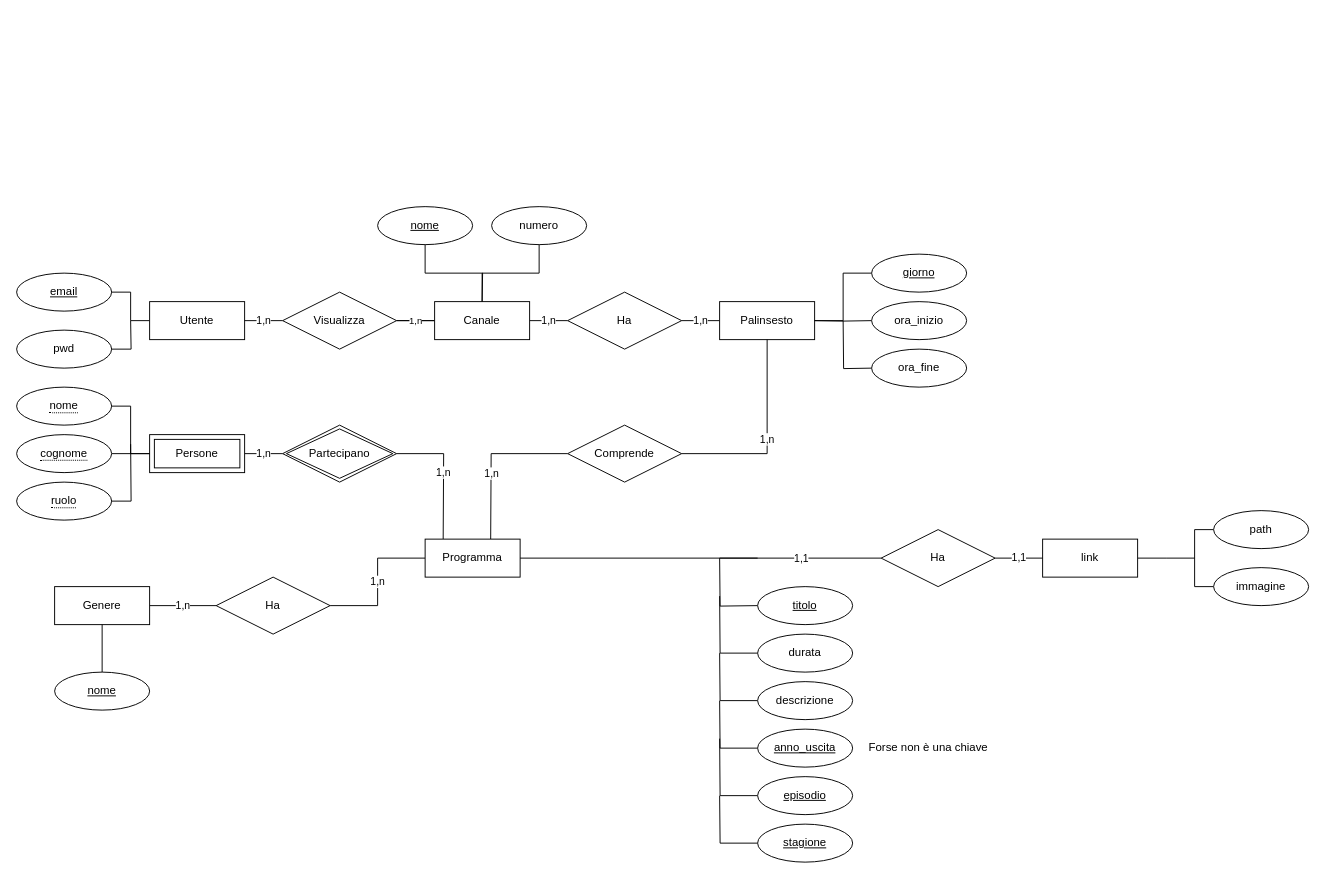
Above: page "Secondo_Ristr" (4 of 4) of Diagramma/Er_GuidaTv.drawio in Caprielos/Lbd (draw.io), before the change. Source tidied: cells renumbered, new cells numbered last; positions are measured from the earlier drawing's top-left corner, leaving out a move shared by most shapes. Both pictures are drawn from the tidied source at 95%, with x=0, y=0 at pixel (16, 206).
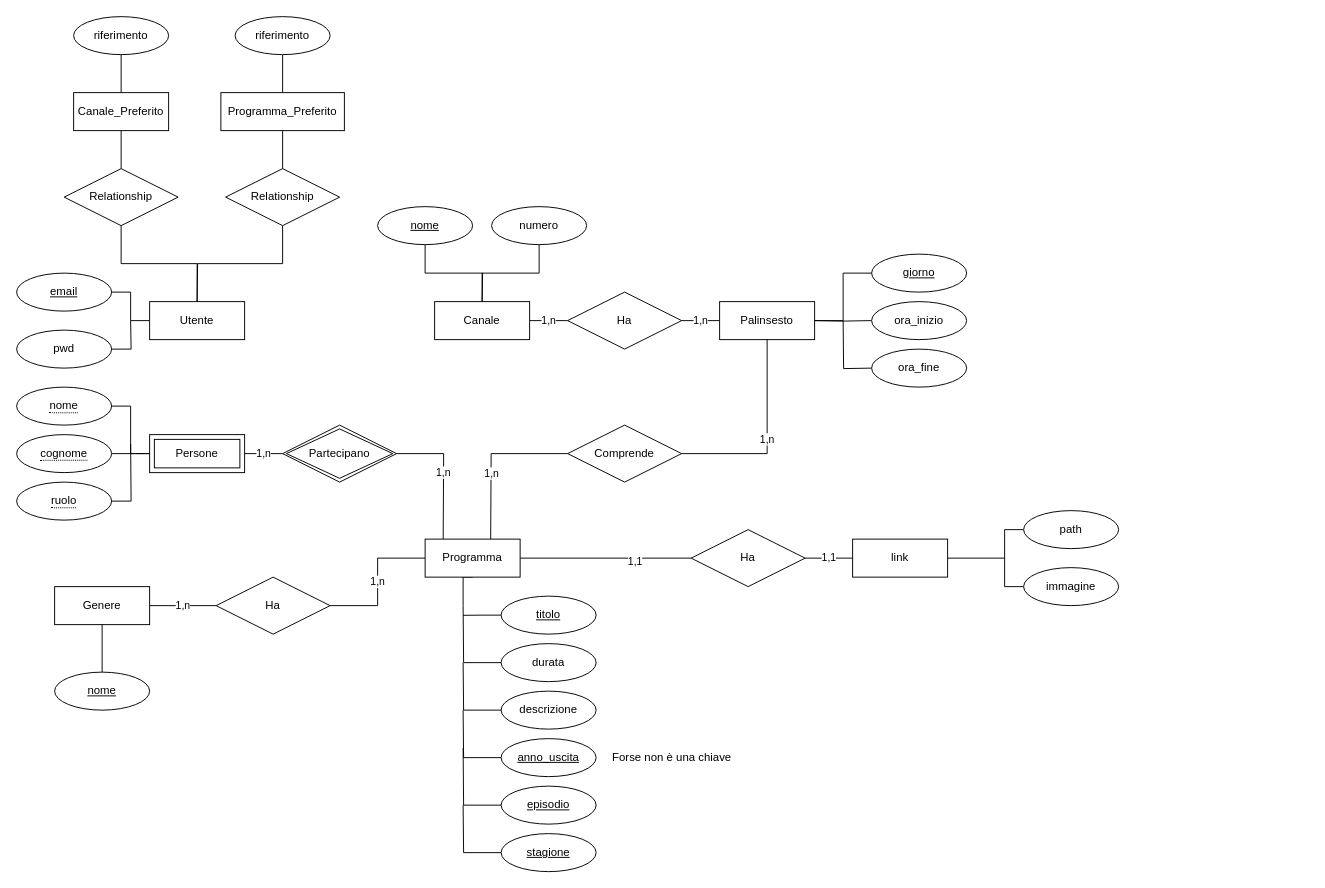
Above is the later version.

Unchanged cells that the change refers to:
```xml
<mxCell id="3" value="Utente" style="whiteSpace=wrap;html=1;align=center;" parent="1" vertex="1">
  <mxGeometry x="140" y="100" width="100" height="40" as="geometry" />
</mxCell>
<mxCell id="9" value="Canale" style="whiteSpace=wrap;html=1;align=center;" parent="1" vertex="1">
  <mxGeometry x="440" y="100" width="100" height="40" as="geometry" />
</mxCell>
<mxCell id="51" value="Programma" style="whiteSpace=wrap;html=1;align=center;" parent="1" vertex="1">
  <mxGeometry x="430" y="350" width="100" height="40" as="geometry" />
</mxCell>
```

Diff of the diagram source:
```diff
@@
-    <mxCell id="4" value="1,n" style="rounded=0;jettySize=auto;html=1;entryX=1;entryY=0.5;entryDx=0;entryDy=0;endArrow=none;endFill=0;" parent="1" edge="1" source="7" target="3">
-      <mxGeometry relative="1" as="geometry" />
-    </mxCell>
-    <mxCell id="5" style="edgeStyle=orthogonalEdgeStyle;rounded=0;jettySize=auto;html=1;entryX=0;entryY=0.5;entryDx=0;entryDy=0;endArrow=none;endFill=0;" parent="1" edge="1" source="7" target="9">
-      <mxGeometry relative="1" as="geometry" />
-    </mxCell>
-    <mxCell id="6" value="1,n" style="edgeStyle=orthogonalEdgeStyle;rounded=0;jettySize=auto;html=1;fontSize=10;endArrow=none;endFill=0;" parent="1" edge="1" source="7" target="9">
-      <mxGeometry relative="1" as="geometry" />
-    </mxCell>
-    <mxCell id="7" value="Visualizza" style="shape=rhombus;perimeter=rhombusPerimeter;whiteSpace=wrap;html=1;align=center;" parent="1" vertex="1">
-      <mxGeometry x="280" y="90" width="120" height="60" as="geometry" />
-    </mxCell>
@@
-    <mxCell id="25" style="edgeStyle=orthogonalEdgeStyle;rounded=0;orthogonalLoop=1;jettySize=auto;html=1;exitX=0;exitY=0.5;exitDx=0;exitDy=0;endArrow=none;endFill=0;" parent="1" edge="1">
-      <mxGeometry relative="1" as="geometry">
-        <mxPoint x="780" y="420" as="sourcePoint" />
-        <mxPoint x="740" y="370" as="targetPoint" />
-      </mxGeometry>
-    </mxCell>
     <mxCell id="26" style="edgeStyle=orthogonalEdgeStyle;rounded=0;jettySize=auto;html=1;endArrow=none;endFill=0;" parent="1" edge="1" source="27">
       <mxGeometry relative="1" as="geometry">
-        <mxPoint x="740" y="410" as="targetPoint" />
+        <mxPoint x="470" y="420" as="targetPoint" />
       </mxGeometry>
     </mxCell>
     <mxCell id="27" value="durata" style="ellipse;whiteSpace=wrap;html=1;align=center;" parent="1" vertex="1">
-      <mxGeometry x="780" y="450" width="100" height="40" as="geometry" />
+      <mxGeometry x="510" y="460" width="100" height="40" as="geometry" />
     </mxCell>
     <mxCell id="28" style="edgeStyle=orthogonalEdgeStyle;rounded=0;jettySize=auto;html=1;exitX=0;exitY=0.5;exitDx=0;exitDy=0;endArrow=none;endFill=0;" parent="1" edge="1" source="29">
       <mxGeometry relative="1" as="geometry">
-        <mxPoint x="740" y="470" as="targetPoint" />
+        <mxPoint x="470" y="480" as="targetPoint" />
       </mxGeometry>
     </mxCell>
     <mxCell id="29" value="descrizione" style="ellipse;whiteSpace=wrap;html=1;align=center;" parent="1" vertex="1">
-      <mxGeometry x="780" y="500" width="100" height="40" as="geometry" />
+      <mxGeometry x="510" y="510" width="100" height="40" as="geometry" />
     </mxCell>
-    <mxCell id="30" style="edgeStyle=orthogonalEdgeStyle;rounded=0;orthogonalLoop=1;jettySize=auto;html=1;entryX=1;entryY=0.5;entryDx=0;entryDy=0;endArrow=none;endFill=0;" parent="1" edge="1">
-      <mxGeometry relative="1" as="geometry">
-        <mxPoint x="780" y="370" as="sourcePoint" />
-        <mxPoint x="524" y="370" as="targetPoint" />
-      </mxGeometry>
-    </mxCell>
@@
+    <mxCell id="68" style="edgeStyle=orthogonalEdgeStyle;rounded=0;jettySize=auto;html=1;exitX=0.5;exitY=1;exitDx=0;exitDy=0;endArrow=none;endFill=0;" parent="1" edge="1" source="51">
+      <mxGeometry relative="1" as="geometry">
+        <mxPoint x="470" y="420" as="targetPoint" />
+      </mxGeometry>
+    </mxCell>
+    <mxCell id="69" style="edgeStyle=orthogonalEdgeStyle;rounded=0;jettySize=auto;html=1;exitX=1;exitY=0.5;exitDx=0;exitDy=0;entryX=0;entryY=0.5;entryDx=0;entryDy=0;endArrow=none;endFill=0;" parent="1" edge="1" source="51" target="67">
+      <mxGeometry relative="1" as="geometry" />
+    </mxCell>
+    <mxCell id="66" value="1,1" style="edgeLabel;html=1;align=center;verticalAlign=middle;" parent="69" vertex="1">
+      <mxGeometry x="0.33" y="-3" relative="1" as="geometry" />
+    </mxCell>
@@
     <mxCell id="52" style="edgeStyle=orthogonalEdgeStyle;rounded=0;jettySize=auto;html=1;exitX=0;exitY=0.5;exitDx=0;exitDy=0;startArrow=none;startFill=0;endArrow=none;endFill=0;" parent="1" edge="1" source="53">
       <mxGeometry relative="1" as="geometry">
-        <mxPoint x="740" y="520" as="targetPoint" />
+        <mxPoint x="470" y="530" as="targetPoint" />
       </mxGeometry>
     </mxCell>
     <mxCell id="53" value="anno_uscita" style="ellipse;whiteSpace=wrap;html=1;align=center;fontStyle=4;" parent="1" vertex="1">
-      <mxGeometry x="780" y="550" width="100" height="40" as="geometry" />
+      <mxGeometry x="510" y="560" width="100" height="40" as="geometry" />
     </mxCell>
+    <mxCell id="70" style="edgeStyle=orthogonalEdgeStyle;rounded=0;jettySize=auto;html=1;exitX=0;exitY=0.5;exitDx=0;exitDy=0;endArrow=none;endFill=0;" parent="1" edge="1" source="54">
+      <mxGeometry relative="1" as="geometry">
+        <mxPoint x="470" y="430.2" as="targetPoint" />
+      </mxGeometry>
+    </mxCell>
     <mxCell id="54" value="titolo" style="ellipse;whiteSpace=wrap;html=1;align=center;fontStyle=4;" parent="1" vertex="1">
-      <mxGeometry x="780" y="400" width="100" height="40" as="geometry" />
+      <mxGeometry x="510" y="410" width="100" height="40" as="geometry" />
     </mxCell>
     <mxCell id="55" style="edgeStyle=orthogonalEdgeStyle;rounded=0;jettySize=auto;html=1;exitX=0;exitY=0.5;exitDx=0;exitDy=0;startArrow=none;startFill=0;endArrow=none;endFill=0;" parent="1" edge="1" source="56">
       <mxGeometry relative="1" as="geometry">
-        <mxPoint x="740" y="620" as="targetPoint" />
+        <mxPoint x="470" y="630" as="targetPoint" />
       </mxGeometry>
     </mxCell>
     <mxCell id="56" value="stagione" style="ellipse;whiteSpace=wrap;html=1;align=center;fontStyle=4;" parent="1" vertex="1">
-      <mxGeometry x="780" y="650" width="100" height="40" as="geometry" />
+      <mxGeometry x="510" y="660" width="100" height="40" as="geometry" />
     </mxCell>
     <mxCell id="57" style="edgeStyle=orthogonalEdgeStyle;rounded=0;jettySize=auto;html=1;exitX=0;exitY=0.5;exitDx=0;exitDy=0;startArrow=none;startFill=0;endArrow=none;endFill=0;" parent="1" edge="1" source="58">
       <mxGeometry relative="1" as="geometry">
-        <mxPoint x="740" y="560" as="targetPoint" />
+        <mxPoint x="470" y="570" as="targetPoint" />
       </mxGeometry>
     </mxCell>
     <mxCell id="58" value="episodio" style="ellipse;whiteSpace=wrap;html=1;align=center;fontStyle=4;" parent="1" vertex="1">
-      <mxGeometry x="780" y="600" width="100" height="40" as="geometry" />
+      <mxGeometry x="510" y="610" width="100" height="40" as="geometry" />
     </mxCell>
     <mxCell id="59" value="Forse non è una chiave" style="text;html=1;strokeColor=none;fillColor=none;align=center;verticalAlign=middle;whiteSpace=wrap;rounded=0;" parent="1" vertex="1">
-      <mxGeometry x="890" y="549.5" width="140" height="41" as="geometry" />
+      <mxGeometry x="620" y="559" width="140" height="41" as="geometry" />
     </mxCell>
@@
     <mxCell id="61" value="path" style="ellipse;whiteSpace=wrap;html=1;align=center;" parent="1" vertex="1">
-      <mxGeometry x="1260" y="320" width="100" height="40" as="geometry" />
+      <mxGeometry x="1060" y="320" width="100" height="40" as="geometry" />
     </mxCell>
     <mxCell id="62" value="immagine" style="ellipse;whiteSpace=wrap;html=1;align=center;" parent="1" vertex="1">
-      <mxGeometry x="1260" y="380" width="100" height="40" as="geometry" />
+      <mxGeometry x="1060" y="380" width="100" height="40" as="geometry" />
     </mxCell>
     <mxCell id="63" style="edgeStyle=orthogonalEdgeStyle;rounded=0;jettySize=auto;html=1;exitX=1;exitY=0.5;exitDx=0;exitDy=0;endArrow=none;endFill=0;" parent="1" edge="1" source="64">
       <mxGeometry relative="1" as="geometry">
-        <mxPoint x="1240" y="370" as="targetPoint" />
+        <mxPoint x="1040" y="370" as="targetPoint" />
       </mxGeometry>
     </mxCell>
     <mxCell id="64" value="link" style="whiteSpace=wrap;html=1;align=center;" parent="1" vertex="1">
-      <mxGeometry x="1080" y="350" width="100" height="40" as="geometry" />
+      <mxGeometry x="880" y="350" width="100" height="40" as="geometry" />
     </mxCell>
@@
-    <mxCell id="66" value="1,1" style="edgeStyle=orthogonalEdgeStyle;rounded=0;jettySize=auto;html=1;exitX=0;exitY=0.5;exitDx=0;exitDy=0;startArrow=none;startFill=0;endArrow=none;endFill=0;" parent="1" edge="1" source="67">
-      <mxGeometry relative="1" as="geometry">
-        <mxPoint x="740" y="370" as="targetPoint" />
-      </mxGeometry>
-    </mxCell>
     <mxCell id="67" value="Ha" style="shape=rhombus;perimeter=rhombusPerimeter;whiteSpace=wrap;html=1;align=center;" parent="1" vertex="1">
-      <mxGeometry x="910" y="340" width="120" height="60" as="geometry" />
+      <mxGeometry x="710" y="340" width="120" height="60" as="geometry" />
     </mxCell>
+    <mxCell id="71" style="edgeStyle=orthogonalEdgeStyle;rounded=0;jettySize=auto;html=1;entryX=0.5;entryY=1;entryDx=0;entryDy=0;endArrow=none;endFill=0;" parent="1" edge="1" source="73" target="75">
+      <mxGeometry relative="1" as="geometry" />
+    </mxCell>
+    <mxCell id="72" style="edgeStyle=orthogonalEdgeStyle;rounded=0;jettySize=auto;html=1;exitX=0.5;exitY=1;exitDx=0;exitDy=0;endArrow=none;endFill=0;" parent="1" edge="1" source="73">
+      <mxGeometry relative="1" as="geometry">
+        <mxPoint x="190" y="100" as="targetPoint" />
+      </mxGeometry>
+    </mxCell>
+    <mxCell id="73" value="Relationship" style="shape=rhombus;perimeter=rhombusPerimeter;whiteSpace=wrap;html=1;align=center;" parent="1" vertex="1">
+      <mxGeometry x="220" y="-40" width="120" height="60" as="geometry" />
+    </mxCell>
+    <mxCell id="74" value="Canale_Preferito" style="whiteSpace=wrap;html=1;align=center;" parent="1" vertex="1">
+      <mxGeometry x="60" y="-120" width="100" height="40" as="geometry" />
+    </mxCell>
+    <mxCell id="75" value="Programma_Preferito" style="whiteSpace=wrap;html=1;align=center;" parent="1" vertex="1">
+      <mxGeometry x="215" y="-120" width="130" height="40" as="geometry" />
+    </mxCell>
+    <mxCell id="76" style="edgeStyle=orthogonalEdgeStyle;rounded=0;jettySize=auto;html=1;exitX=0.5;exitY=1;exitDx=0;exitDy=0;endArrow=none;endFill=0;" parent="1" edge="1" source="77" target="74">
+      <mxGeometry relative="1" as="geometry" />
+    </mxCell>
+    <mxCell id="77" value="riferimento" style="ellipse;whiteSpace=wrap;html=1;align=center;" parent="1" vertex="1">
+      <mxGeometry x="60" y="-200" width="100" height="40" as="geometry" />
+    </mxCell>
+    <mxCell id="78" style="edgeStyle=orthogonalEdgeStyle;rounded=0;jettySize=auto;html=1;exitX=0.5;exitY=1;exitDx=0;exitDy=0;endArrow=none;endFill=0;" parent="1" edge="1" source="79" target="75">
+      <mxGeometry relative="1" as="geometry" />
+    </mxCell>
+    <mxCell id="79" value="riferimento" style="ellipse;whiteSpace=wrap;html=1;align=center;" parent="1" vertex="1">
+      <mxGeometry x="230" y="-200" width="100" height="40" as="geometry" />
+    </mxCell>
+    <mxCell id="80" style="edgeStyle=orthogonalEdgeStyle;rounded=0;jettySize=auto;html=1;exitX=0.5;exitY=0;exitDx=0;exitDy=0;entryX=0.5;entryY=1;entryDx=0;entryDy=0;endArrow=none;endFill=0;" parent="1" edge="1" source="82" target="74">
+      <mxGeometry relative="1" as="geometry" />
+    </mxCell>
+    <mxCell id="81" style="edgeStyle=orthogonalEdgeStyle;rounded=0;jettySize=auto;html=1;exitX=0.5;exitY=1;exitDx=0;exitDy=0;entryX=0.5;entryY=0;entryDx=0;entryDy=0;endArrow=none;endFill=0;" parent="1" edge="1" source="82" target="3">
+      <mxGeometry relative="1" as="geometry" />
+    </mxCell>
+    <mxCell id="82" value="Relationship" style="shape=rhombus;perimeter=rhombusPerimeter;whiteSpace=wrap;html=1;align=center;" parent="1" vertex="1">
+      <mxGeometry x="50" y="-40" width="120" height="60" as="geometry" />
+    </mxCell>
```
